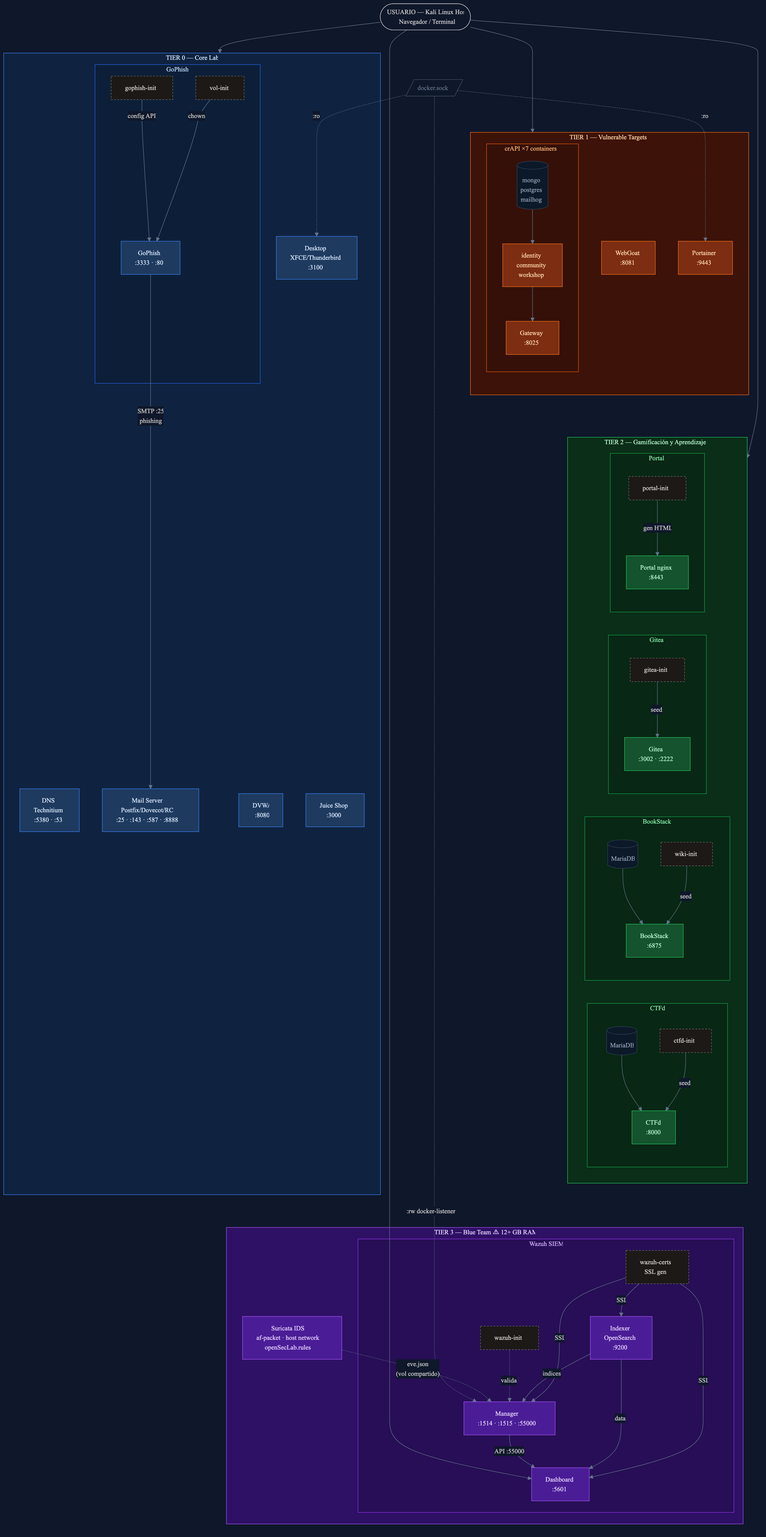
The Mermaid diagram docs/architecture.png in opensec-network/opensec-lab, before a commit. Its source is kept beside it as docs/architecture.mmd. The source it was exported from:
```mermaid
%%{
  init: {
    "theme": "dark",
    "themeVariables": {
      "background":       "#0f172a",
      "mainBkg":          "#0f172a",
      "primaryColor":     "#1e293b",
      "primaryTextColor": "#f1f5f9",
      "primaryBorderColor":"#475569",
      "lineColor":        "#64748b",
      "clusterBkg":       "#1a2235",
      "clusterBorder":    "#334155",
      "titleColor":       "#f8fafc",
      "edgeLabelBackground":"#0f172a",
      "fontFamily":       "ui-monospace, monospace",
      "fontSize":         "14px"
    }
  }
}%%
flowchart TB

  BROWSER(["USUARIO — Kali Linux Host\nNavegador / Terminal"])

  subgraph T0["  TIER 0 — Core Lab  "]
    direction LR
    DNS["DNS\nTechnitium\n:5380 · :53"]
    MAIL["Mail Server\nPostfix/Dovecot/RC\n:25 · :143 · :587 · :8888"]
    DVWA["DVWA\n:8080"]
    JUICE["Juice Shop\n:3000"]
    DESKTOP["Desktop\nXFCE/Thunderbird\n:3100"]
    subgraph GPHSH["  GoPhish  "]
      direction TB
      GOPHISH_VI["vol-init"]:::init
      GOPHISH["GoPhish\n:3333 · :80"]
      GOPHISH_INIT["gophish-init"]:::init
      GOPHISH_VI -->|"chown"| GOPHISH
      GOPHISH_INIT -->|"config API"| GOPHISH
    end
  end

  subgraph T1["  TIER 1 — Vulnerable Targets  "]
    direction LR
    WEBGOAT["WebGoat\n:8081"]
    PORTAINER["Portainer\n:9443"]
    subgraph CRAPI_GRP["  crAPI  ×7 containers  "]
      direction TB
      CRAPI_DB[("mongo\npostgres\nmailhog")]:::db
      CRAPI_SVC["identity\ncommunity\nworkshop"]
      CRAPI["Gateway\n:8025"]
      CRAPI_DB --> CRAPI_SVC --> CRAPI
    end
  end

  subgraph T2["  TIER 2 — Aprendizaje  "]
    direction LR

    subgraph CTFD_GRP["  CTFd  "]
      direction TB
      CTFD_DB[("MariaDB")]:::db
      CTFD["CTFd\n:8000"]
      CTFD_INIT["ctfd-init"]:::init
      CTFD_DB --> CTFD
      CTFD_INIT -->|"seed"| CTFD
    end

    subgraph WIKI_GRP["  BookStack  "]
      direction TB
      WIKI_DB[("MariaDB")]:::db
      WIKI["BookStack\n:6875"]
      WIKI_INIT["wiki-init"]:::init
      WIKI_DB --> WIKI
      WIKI_INIT -->|"seed"| WIKI
    end

    subgraph GITEA_GRP["  Gitea  "]
      direction TB
      GITEA["Gitea\n:3002 · :2222"]
      GITEA_INIT["gitea-init"]:::init
      GITEA_INIT -->|"seed"| GITEA
    end

    subgraph PORTAL_GRP["  Portal  "]
      direction TB
      PORTAL_INIT["portal-init"]:::init
      PORTAL["Portal nginx\n:8443"]
      PORTAL_INIT -->|"gen HTML"| PORTAL
    end
  end

  subgraph T3["  TIER 3 — Blue Team  ⚠ 12+ GB RAM  "]
    direction LR

    subgraph WAZUH_GRP["  Wazuh SIEM  "]
      direction LR
      WAZUH_CERTS["wazuh-certs\nSSL gen"]:::init
      WAZUH_IDX["Indexer\nOpenSearch\n:9200"]
      WAZUH_MGR["Manager\n:1514 · :1515 · :55000"]
      WAZUH_DASH["Dashboard\n:5601"]
      WAZUH_INIT["wazuh-init"]:::init
      WAZUH_CERTS -->|"SSL"| WAZUH_IDX
      WAZUH_CERTS -->|"SSL"| WAZUH_MGR
      WAZUH_CERTS -->|"SSL"| WAZUH_DASH
      WAZUH_IDX -->|"indices"| WAZUH_MGR
      WAZUH_IDX -->|"data"| WAZUH_DASH
      WAZUH_MGR -->|"API :55000"| WAZUH_DASH
      WAZUH_INIT -.->|"valida"| WAZUH_MGR
    end

    SURICATA["Suricata IDS\naf-packet · host network\nopenSecLab.rules"]
  end

  DOCKER_SOCK[/"docker.sock"/]:::shared

  BROWSER --> T0
  BROWSER --> T1
  BROWSER --> T2
  BROWSER --> WAZUH_DASH

  T0 ~~~ T1
  T1 ~~~ T2
  T2 ~~~ T3


  GOPHISH -->|"SMTP :25\nphishing"| MAIL

  SURICATA -.->|"eve.json\n(vol compartido)"| WAZUH_MGR

  DOCKER_SOCK -.->|":ro"| DESKTOP
  DOCKER_SOCK -.->|":ro"| PORTAINER
  DOCKER_SOCK -.->|":rw docker-listener"| WAZUH_MGR

  classDef init   fill:#1c1917,stroke:#78716c,color:#d6d3d1,stroke-dasharray:4 3
  classDef db     fill:#0c1929,stroke:#334155,color:#94a3b8
  classDef shared fill:#0f172a,stroke:#475569,color:#64748b

  style T0        fill:#0f2340,stroke:#3b82f6,color:#dbeafe
  style GPHSH     fill:#0d1f38,stroke:#2563eb,color:#bfdbfe

  style T1        fill:#3d1208,stroke:#f97316,color:#fed7aa
  style CRAPI_GRP fill:#351008,stroke:#ea580c,color:#fdba74

  style T2        fill:#0a2e18,stroke:#22c55e,color:#bbf7d0
  style CTFD_GRP  fill:#082714,stroke:#16a34a,color:#86efac
  style WIKI_GRP  fill:#082714,stroke:#16a34a,color:#86efac
  style GITEA_GRP fill:#082714,stroke:#16a34a,color:#86efac
  style PORTAL_GRP fill:#082714,stroke:#16a34a,color:#86efac

  style T3        fill:#2e1065,stroke:#a855f7,color:#e9d5ff
  style WAZUH_GRP fill:#270e56,stroke:#9333ea,color:#d8b4fe

  style DNS     fill:#1e3a5f,stroke:#3b82f6,color:#dbeafe
  style MAIL    fill:#1e3a5f,stroke:#3b82f6,color:#dbeafe
  style DVWA    fill:#1e3a5f,stroke:#3b82f6,color:#dbeafe
  style JUICE   fill:#1e3a5f,stroke:#3b82f6,color:#dbeafe
  style DESKTOP fill:#1e3a5f,stroke:#3b82f6,color:#dbeafe
  style GOPHISH fill:#1e3a5f,stroke:#3b82f6,color:#dbeafe

  style WEBGOAT  fill:#7c2d12,stroke:#f97316,color:#fed7aa
  style PORTAINER fill:#7c2d12,stroke:#f97316,color:#fed7aa
  style CRAPI_SVC fill:#7c2d12,stroke:#f97316,color:#fed7aa
  style CRAPI    fill:#7c2d12,stroke:#f97316,color:#fed7aa

  style CTFD    fill:#14532d,stroke:#22c55e,color:#bbf7d0
  style WIKI    fill:#14532d,stroke:#22c55e,color:#bbf7d0
  style GITEA   fill:#14532d,stroke:#22c55e,color:#bbf7d0
  style PORTAL  fill:#14532d,stroke:#22c55e,color:#bbf7d0

  style WAZUH_IDX  fill:#4a1d96,stroke:#a855f7,color:#e9d5ff
  style WAZUH_MGR  fill:#4a1d96,stroke:#a855f7,color:#e9d5ff
  style WAZUH_DASH fill:#4a1d96,stroke:#a855f7,color:#e9d5ff
  style SURICATA   fill:#4a1d96,stroke:#a855f7,color:#e9d5ff
```
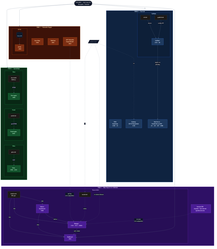
Above is the later version.

Commit message:
docs: regenerate architecture diagrams to match real services

Change to the diagram source:
```diff
@@ -25,8 +25,6 @@
     direction LR
     DNS["DNS\nTechnitium\n:5380 · :53"]
     MAIL["Mail Server\nPostfix/Dovecot/RC\n:25 · :143 · :587 · :8888"]
-    DVWA["DVWA\n:8080"]
-    JUICE["Juice Shop\n:3000"]
     DESKTOP["Desktop\nXFCE/Thunderbird\n:3100"]
     subgraph GPHSH["  GoPhish  "]
       direction TB
@@ -40,37 +38,19 @@
 
   subgraph T1["  TIER 1 — Vulnerable Targets  "]
     direction LR
+    subgraph DVWA_GRP["  DVWA  "]
+      direction TB
+      DVWA_DB[("MariaDB")]:::db
+      DVWA["DVWA\n:8080"]
+      DVWA_DB --> DVWA
+    end
+    JUICE["Juice Shop\n:3000"]
     WEBGOAT["WebGoat\n:8081"]
-    PORTAINER["Portainer\n:9443"]
-    subgraph CRAPI_GRP["  crAPI  ×7 containers  "]
-      direction TB
-      CRAPI_DB[("mongo\npostgres\nmailhog")]:::db
-      CRAPI_SVC["identity\ncommunity\nworkshop"]
-      CRAPI["Gateway\n:8025"]
-      CRAPI_DB --> CRAPI_SVC --> CRAPI
-    end
+    API["API Vulnerable\nFlask/OWASP\n:8025"]
   end
 
   subgraph T2["  TIER 2 — Aprendizaje  "]
     direction LR
-
-    subgraph CTFD_GRP["  CTFd  "]
-      direction TB
-      CTFD_DB[("MariaDB")]:::db
-      CTFD["CTFd\n:8000"]
-      CTFD_INIT["ctfd-init"]:::init
-      CTFD_DB --> CTFD
-      CTFD_INIT -->|"seed"| CTFD
-    end
-
-    subgraph WIKI_GRP["  BookStack  "]
-      direction TB
-      WIKI_DB[("MariaDB")]:::db
-      WIKI["BookStack\n:6875"]
-      WIKI_INIT["wiki-init"]:::init
-      WIKI_DB --> WIKI
-      WIKI_INIT -->|"seed"| WIKI
-    end
 
     subgraph GITEA_GRP["  Gitea  "]
       direction TB
@@ -84,6 +64,13 @@
       PORTAL_INIT["portal-init"]:::init
       PORTAL["Portal nginx\n:8443"]
       PORTAL_INIT -->|"gen HTML"| PORTAL
+    end
+
+    subgraph DOCS_GRP["  Docs  "]
+      direction TB
+      DOCS_BUILD["docs-build\nMkDocs"]:::init
+      DOCS["Docs nginx\n:4000"]
+      DOCS_BUILD -->|"HTML"| DOCS
     end
   end
 
@@ -123,11 +110,13 @@
 
   GOPHISH -->|"SMTP :25\nphishing"| MAIL
 
+  API -.->|"api.log\n(vol compartido)"| WAZUH_MGR
+
   SURICATA -.->|"eve.json\n(vol compartido)"| WAZUH_MGR
 
   DOCKER_SOCK -.->|":ro"| DESKTOP
-  DOCKER_SOCK -.->|":ro"| PORTAINER
   DOCKER_SOCK -.->|":rw docker-listener"| WAZUH_MGR
+  DOCKER_SOCK -.->|":ro"| WAZUH_INIT
 
   classDef init   fill:#1c1917,stroke:#78716c,color:#d6d3d1,stroke-dasharray:4 3
   classDef db     fill:#0c1929,stroke:#334155,color:#94a3b8
@@ -137,33 +126,29 @@
   style GPHSH     fill:#0d1f38,stroke:#2563eb,color:#bfdbfe
 
   style T1        fill:#3d1208,stroke:#f97316,color:#fed7aa
-  style CRAPI_GRP fill:#351008,stroke:#ea580c,color:#fdba74
+  style DVWA_GRP  fill:#351008,stroke:#ea580c,color:#fdba74
 
   style T2        fill:#0a2e18,stroke:#22c55e,color:#bbf7d0
-  style CTFD_GRP  fill:#082714,stroke:#16a34a,color:#86efac
-  style WIKI_GRP  fill:#082714,stroke:#16a34a,color:#86efac
   style GITEA_GRP fill:#082714,stroke:#16a34a,color:#86efac
   style PORTAL_GRP fill:#082714,stroke:#16a34a,color:#86efac
+  style DOCS_GRP  fill:#082714,stroke:#16a34a,color:#86efac
 
   style T3        fill:#2e1065,stroke:#a855f7,color:#e9d5ff
   style WAZUH_GRP fill:#270e56,stroke:#9333ea,color:#d8b4fe
 
   style DNS     fill:#1e3a5f,stroke:#3b82f6,color:#dbeafe
   style MAIL    fill:#1e3a5f,stroke:#3b82f6,color:#dbeafe
-  style DVWA    fill:#1e3a5f,stroke:#3b82f6,color:#dbeafe
-  style JUICE   fill:#1e3a5f,stroke:#3b82f6,color:#dbeafe
   style DESKTOP fill:#1e3a5f,stroke:#3b82f6,color:#dbeafe
   style GOPHISH fill:#1e3a5f,stroke:#3b82f6,color:#dbeafe
 
-  style WEBGOAT  fill:#7c2d12,stroke:#f97316,color:#fed7aa
-  style PORTAINER fill:#7c2d12,stroke:#f97316,color:#fed7aa
-  style CRAPI_SVC fill:#7c2d12,stroke:#f97316,color:#fed7aa
-  style CRAPI    fill:#7c2d12,stroke:#f97316,color:#fed7aa
+  style DVWA    fill:#7c2d12,stroke:#f97316,color:#fed7aa
+  style JUICE   fill:#7c2d12,stroke:#f97316,color:#fed7aa
+  style WEBGOAT fill:#7c2d12,stroke:#f97316,color:#fed7aa
+  style API     fill:#7c2d12,stroke:#f97316,color:#fed7aa
 
-  style CTFD    fill:#14532d,stroke:#22c55e,color:#bbf7d0
-  style WIKI    fill:#14532d,stroke:#22c55e,color:#bbf7d0
-  style GITEA   fill:#14532d,stroke:#22c55e,color:#bbf7d0
-  style PORTAL  fill:#14532d,stroke:#22c55e,color:#bbf7d0
+  style GITEA  fill:#14532d,stroke:#22c55e,color:#bbf7d0
+  style PORTAL fill:#14532d,stroke:#22c55e,color:#bbf7d0
+  style DOCS   fill:#14532d,stroke:#22c55e,color:#bbf7d0
 
   style WAZUH_IDX  fill:#4a1d96,stroke:#a855f7,color:#e9d5ff
   style WAZUH_MGR  fill:#4a1d96,stroke:#a855f7,color:#e9d5ff
```
